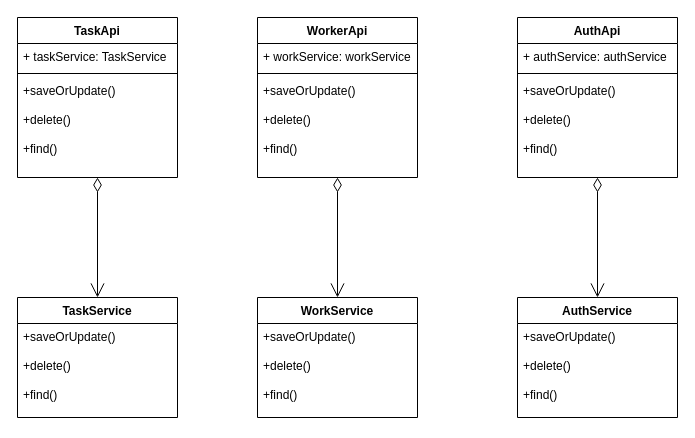
Above: api类图.drawio in tianshengdiwangK/common (draw.io), before the change. Source tidied: cells renumbered, new cells numbered last; positions are measured from the earlier drawing's top-left corner, leaving out a move shared by most shapes. Both pictures are drawn from the tidied source at 100%, with x=0, y=0 at pixel (17, 17).
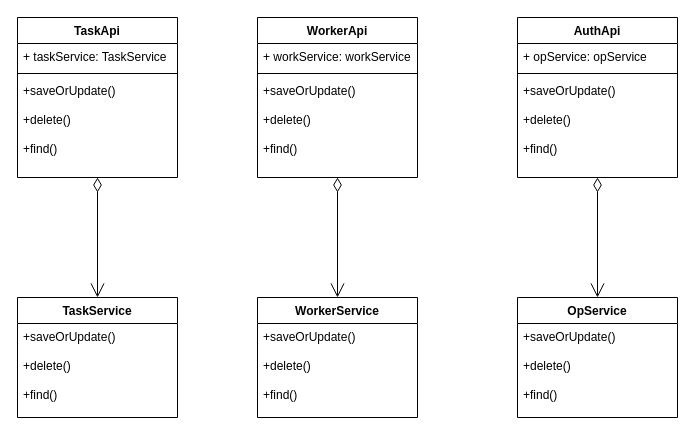
The same diagram, later.

The change refers to these unchanged cells:
```xml
<mxCell id="17" value="AuthApi" style="swimlane;fontStyle=1;align=center;verticalAlign=top;horizontal=1;startSize=26;whiteSpace=wrap;html=1;" parent="1" vertex="1">
  <mxGeometry x="500" width="160" height="160" as="geometry" />
</mxCell>
```

Change to the diagram source:
```diff
@@
-    <mxCell id="14" value="WorkService" style="swimlane;fontStyle=1;align=center;verticalAlign=top;horizontal=1;startSize=26;whiteSpace=wrap;html=1;" parent="1" vertex="1">
+    <mxCell id="14" value="WorkerService" style="swimlane;fontStyle=1;align=center;verticalAlign=top;horizontal=1;startSize=26;whiteSpace=wrap;html=1;" parent="1" vertex="1">
       <mxGeometry x="240" y="280" width="160" height="120" as="geometry" />
     </mxCell>
@@
-    <mxCell id="18" value="+ authService: authService" style="text;strokeColor=none;fillColor=none;align=left;verticalAlign=top;spacingLeft=4;spacingRight=4;overflow=hidden;whiteSpace=wrap;html=1;" parent="17" vertex="1">
+    <mxCell id="18" value="+ opService: opService" style="text;strokeColor=none;fillColor=none;align=left;verticalAlign=top;spacingLeft=4;spacingRight=4;overflow=hidden;whiteSpace=wrap;html=1;" parent="17" vertex="1">
       <mxGeometry y="26" width="160" height="26" as="geometry" />
     </mxCell>
@@
-    <mxCell id="21" value="AuthService" style="swimlane;fontStyle=1;align=center;verticalAlign=top;horizontal=1;startSize=26;whiteSpace=wrap;html=1;" parent="1" vertex="1">
+    <mxCell id="21" value="OpService" style="swimlane;fontStyle=1;align=center;verticalAlign=top;horizontal=1;startSize=26;whiteSpace=wrap;html=1;" parent="1" vertex="1">
       <mxGeometry x="500" y="280" width="160" height="120" as="geometry" />
     </mxCell>
```
